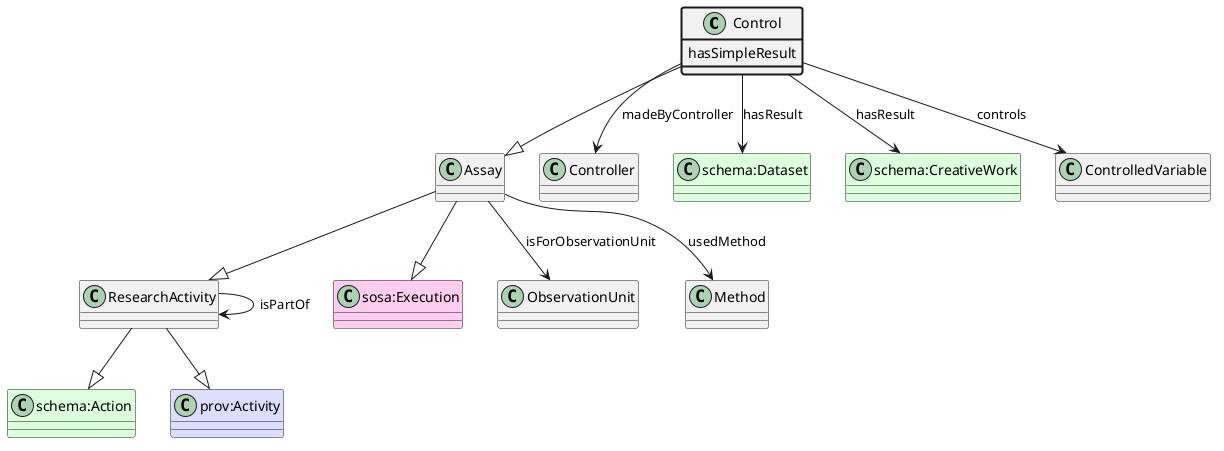
The PlantUML diagram ttl_uml/ttl_appn_Control.png in aus-plant-phenomics-network/appn-schema, before a commit. The source it was exported from:
```plantuml
@startuml
class Control  #line.bold
class Assay
class ResearchActivity
class "schema:Action" #DDFFDD
ResearchActivity --|> "schema:Action"
class "prov:Activity" #DDDDFF
ResearchActivity --|> "prov:Activity"
Assay --|> ResearchActivity
class "sosa:Execution" #FFCCEE
Assay --|> "sosa:Execution"
Control --|> Assay
class Controller
Control --> Controller : madeByController
class "schema:Dataset" #DDFFDD
Control --> "schema:Dataset" : hasResult
class "schema:CreativeWork" #DDFFDD
Control --> "schema:CreativeWork" : hasResult
class Control #line.bold {
    hasSimpleResult
}
class ControlledVariable
Control --> ControlledVariable : controls
class ObservationUnit
Assay --> ObservationUnit : isForObservationUnit
class Method
Assay --> Method : usedMethod
class ResearchActivity
ResearchActivity --> ResearchActivity : isPartOf
@enduml
```
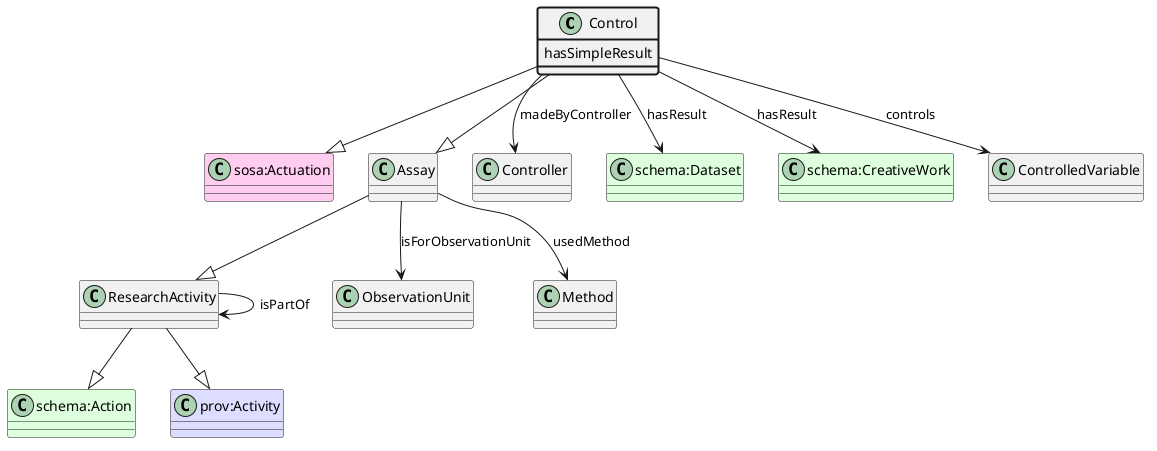
The same diagram one commit later.

Diff of the diagram source:
```diff
@@ -1,5 +1,7 @@
 @startuml
 class Control  #line.bold
+class "sosa:Actuation" #FFCCEE
+Control --|> "sosa:Actuation"
 class Assay
 class ResearchActivity
 class "schema:Action" #DDFFDD
@@ -7,8 +9,6 @@
 class "prov:Activity" #DDDDFF
 ResearchActivity --|> "prov:Activity"
 Assay --|> ResearchActivity
-class "sosa:Execution" #FFCCEE
-Assay --|> "sosa:Execution"
 Control --|> Assay
 class Controller
 Control --> Controller : madeByController
```
